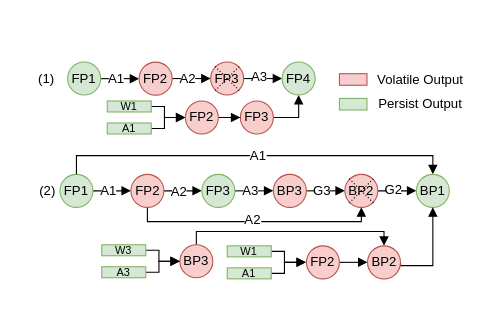
Earlier version of the draw.io diagram fig/recovery.drawio (icszhr/NCheck). Source tidied: cells renumbered, new cells numbered last; positions are measured from the earlier drawing's top-left corner, leaving out a move shared by most shapes. Both pictures are drawn from the tidied source at 110%, with x=0, y=0 at pixel (31, 62).
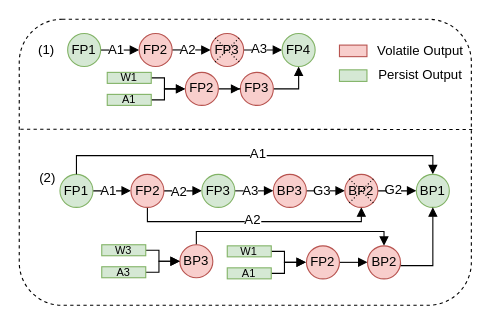
After the change.

Diff of the diagram source:
```diff
@@
+    <mxCell id="64" style="rounded=1;whiteSpace=wrap;html=1;dashed=1;" parent="1" vertex="1">
+      <mxGeometry x="-11" y="-39" width="411" height="260" as="geometry" />
+    </mxCell>
@@
     <mxCell id="3" value="FP3" style="ellipse;whiteSpace=wrap;html=1;fillColor=#f8cecc;strokeColor=#b85450;" parent="1" vertex="1">
-      <mxGeometry x="190" y="35.3" width="30" height="30" as="geometry" />
+      <mxGeometry x="190" y="9.3" width="30" height="30" as="geometry" />
     </mxCell>
     <mxCell id="4" style="edgeStyle=orthogonalEdgeStyle;rounded=0;jettySize=auto;html=1;entryX=0;entryY=0.5;entryDx=0;entryDy=0;endArrow=block;endFill=1;" parent="1" edge="1" source="5">
       <mxGeometry relative="1" as="geometry">
-        <mxPoint x="140" y="50.3" as="targetPoint" />
+        <mxPoint x="140" y="24.3" as="targetPoint" />
         <Array as="points">
-          <mxPoint x="121" y="40.3" />
-          <mxPoint x="121" y="50.3" />
+          <mxPoint x="121" y="14.3" />
+          <mxPoint x="121" y="24.3" />
         </Array>
       </mxGeometry>
     </mxCell>
     <mxCell id="5" value="&lt;p style=&quot;line-height: 100%;&quot;&gt;&lt;font style=&quot;font-size: 10px;&quot;&gt;W1&lt;/font&gt;&lt;/p&gt;" style="rounded=0;whiteSpace=wrap;html=1;align=center;fillColor=#d5e8d4;strokeColor=#82b366;" parent="1" vertex="1">
-      <mxGeometry x="69" y="35.3" width="40" height="10" as="geometry" />
+      <mxGeometry x="69" y="9.3" width="40" height="10" as="geometry" />
     </mxCell>
     <mxCell id="6" style="edgeStyle=orthogonalEdgeStyle;rounded=0;jettySize=auto;html=1;entryX=0;entryY=0.5;entryDx=0;entryDy=0;endArrow=block;endFill=1;" parent="1" edge="1" source="7">
       <mxGeometry relative="1" as="geometry">
-        <mxPoint x="140" y="50.3" as="targetPoint" />
+        <mxPoint x="140" y="24.3" as="targetPoint" />
         <Array as="points">
-          <mxPoint x="121" y="60.3" />
-          <mxPoint x="121" y="50.3" />
+          <mxPoint x="121" y="34.3" />
+          <mxPoint x="121" y="24.3" />
         </Array>
       </mxGeometry>
     </mxCell>
     <mxCell id="7" value="&lt;p style=&quot;line-height: 100%;&quot;&gt;&lt;font style=&quot;font-size: 10px;&quot;&gt;A1&lt;/font&gt;&lt;/p&gt;" style="rounded=0;whiteSpace=wrap;html=1;fillColor=#d5e8d4;strokeColor=#82b366;" parent="1" vertex="1">
-      <mxGeometry x="69" y="55.3" width="40" height="10" as="geometry" />
+      <mxGeometry x="69" y="29.3" width="40" height="10" as="geometry" />
     </mxCell>
@@
     <mxCell id="24" value="(1)" style="text;html=1;align=center;verticalAlign=middle;whiteSpace=wrap;rounded=0;" parent="1" vertex="1">
-      <mxGeometry x="4" width="20" height="30" as="geometry" />
+      <mxGeometry x="4" y="-26" width="20" height="30" as="geometry" />
     </mxCell>
     <mxCell id="25" value="(2)" style="text;html=1;align=center;verticalAlign=middle;whiteSpace=wrap;rounded=0;" parent="1" vertex="1">
-      <mxGeometry y="102" width="30" height="30" as="geometry" />
+      <mxGeometry y="90" width="30" height="30" as="geometry" />
     </mxCell>
@@
     <mxCell id="27" value="FP2" style="ellipse;whiteSpace=wrap;html=1;fillColor=#f8cecc;strokeColor=#b85450;" parent="1" vertex="1">
-      <mxGeometry x="140" y="35.3" width="30" height="30" as="geometry" />
+      <mxGeometry x="140" y="9.3" width="30" height="30" as="geometry" />
     </mxCell>
@@
     <mxCell id="34" value="A1" style="text;html=1;align=center;verticalAlign=middle;whiteSpace=wrap;rounded=0;fillColor=default;" parent="1" vertex="1">
-      <mxGeometry x="199" y="75" width="15" height="20" as="geometry" />
+      <mxGeometry x="199" y="74" width="15" height="20" as="geometry" />
     </mxCell>
@@
     <mxCell id="44" style="rounded=0;whiteSpace=wrap;html=1;fillColor=#f8cecc;strokeColor=#b85450;" parent="1" vertex="1">
-      <mxGeometry x="280.1" y="10.5" width="25" height="10.5" as="geometry" />
+      <mxGeometry x="280.1" y="-15.5" width="25" height="10.5" as="geometry" />
     </mxCell>
     <mxCell id="45" style="rounded=0;whiteSpace=wrap;html=1;fillColor=#d5e8d4;strokeColor=#82b366;" parent="1" vertex="1">
-      <mxGeometry x="280.1" y="33" width="25" height="10.5" as="geometry" />
+      <mxGeometry x="280.1" y="7" width="25" height="10.5" as="geometry" />
     </mxCell>
     <mxCell id="46" value="Volatile Output&amp;nbsp;" style="text;html=1;align=center;verticalAlign=middle;whiteSpace=wrap;rounded=0;" parent="1" vertex="1">
-      <mxGeometry x="312.1" y="8.8" width="87" height="14" as="geometry" />
+      <mxGeometry x="312.1" y="-17.2" width="87" height="14" as="geometry" />
     </mxCell>
     <mxCell id="47" value="Persist Output&amp;nbsp;" style="text;html=1;align=center;verticalAlign=middle;whiteSpace=wrap;rounded=0;" parent="1" vertex="1">
-      <mxGeometry x="312.1" y="31.3" width="87" height="14" as="geometry" />
+      <mxGeometry x="312.1" y="5.3" width="87" height="14" as="geometry" />
     </mxCell>
@@
     <mxCell id="52" style="edgeStyle=orthogonalEdgeStyle;rounded=0;jettySize=auto;html=1;entryX=0;entryY=0.5;entryDx=0;entryDy=0;endArrow=block;endFill=1;" parent="1" edge="1" source="53" target="55">
       <mxGeometry relative="1" as="geometry">
         <Array as="points">
-          <mxPoint x="48" y="15" />
-          <mxPoint x="48" y="15" />
+          <mxPoint x="48" y="-11" />
+          <mxPoint x="48" y="-11" />
         </Array>
       </mxGeometry>
     </mxCell>
     <mxCell id="53" value="FP1" style="ellipse;whiteSpace=wrap;html=1;fillColor=#d5e8d4;strokeColor=#82b366;" parent="1" vertex="1">
-      <mxGeometry x="33" y="-0.1" width="30" height="30" as="geometry" />
+      <mxGeometry x="33" y="-26.1" width="30" height="30" as="geometry" />
     </mxCell>
     <mxCell id="54" style="edgeStyle=orthogonalEdgeStyle;rounded=0;jettySize=auto;html=1;entryX=0;entryY=0.5;entryDx=0;entryDy=0;endArrow=block;endFill=1;" parent="1" edge="1" source="55" target="57">
       <mxGeometry relative="1" as="geometry">
         <Array as="points">
-          <mxPoint x="106" y="15" />
+          <mxPoint x="106" y="-11" />
         </Array>
       </mxGeometry>
     </mxCell>
     <mxCell id="55" value="FP2" style="ellipse;whiteSpace=wrap;html=1;fillColor=#f8cecc;strokeColor=#b85450;" parent="1" vertex="1">
-      <mxGeometry x="98" width="30" height="30" as="geometry" />
+      <mxGeometry x="98" y="-26" width="30" height="30" as="geometry" />
     </mxCell>
@@
     <mxCell id="57" value="FP3" style="ellipse;whiteSpace=wrap;html=1;fillColor=#f8cecc;strokeColor=#b85450;" parent="1" vertex="1">
-      <mxGeometry x="163" y="-0.1" width="30" height="30" as="geometry" />
+      <mxGeometry x="163" y="-26.1" width="30" height="30" as="geometry" />
     </mxCell>
     <mxCell id="58" style="rounded=0;orthogonalLoop=1;jettySize=auto;html=1;exitX=0;exitY=0;exitDx=0;exitDy=0;entryX=0.86;entryY=0.868;entryDx=0;entryDy=0;strokeWidth=1;dashed=1;endArrow=none;endFill=0;dashPattern=1 2;entryPerimeter=0;" parent="1" edge="1">
       <mxGeometry relative="1" as="geometry">
-        <mxPoint x="167" y="3.9" as="sourcePoint" />
-        <mxPoint x="189" y="25.9" as="targetPoint" />
+        <mxPoint x="167" y="-22.1" as="sourcePoint" />
+        <mxPoint x="189" y="-0.1" as="targetPoint" />
       </mxGeometry>
     </mxCell>
     <mxCell id="59" style="rounded=0;orthogonalLoop=1;jettySize=auto;html=1;exitX=0;exitY=1;exitDx=0;exitDy=0;entryX=0.859;entryY=0.132;entryDx=0;entryDy=0;dashed=1;endArrow=none;endFill=0;dashPattern=1 2;entryPerimeter=0;" parent="1" edge="1">
       <mxGeometry relative="1" as="geometry">
-        <mxPoint x="167" y="25.9" as="sourcePoint" />
-        <mxPoint x="189" y="3.9" as="targetPoint" />
+        <mxPoint x="167" y="-0.1" as="sourcePoint" />
+        <mxPoint x="189" y="-22.1" as="targetPoint" />
       </mxGeometry>
     </mxCell>
     <mxCell id="60" value="FP4" style="ellipse;whiteSpace=wrap;html=1;fillColor=#d5e8d4;strokeColor=#82b366;" parent="1" vertex="1">
-      <mxGeometry x="228" y="-0.1" width="30" height="30" as="geometry" />
+      <mxGeometry x="228" y="-26.1" width="30" height="30" as="geometry" />
     </mxCell>
     <mxCell id="61" value="A3" style="text;html=1;align=center;verticalAlign=middle;whiteSpace=wrap;rounded=0;fillColor=default;" parent="1" vertex="1">
-      <mxGeometry x="201" y="3.9" width="13" height="20" as="geometry" />
+      <mxGeometry x="201" y="-22.1" width="13" height="20" as="geometry" />
     </mxCell>
     <mxCell id="62" value="A2" style="text;html=1;align=center;verticalAlign=middle;whiteSpace=wrap;rounded=0;fillColor=default;" parent="1" vertex="1">
-      <mxGeometry x="136" y="4.9" width="13" height="20" as="geometry" />
+      <mxGeometry x="136" y="-21.1" width="13" height="20" as="geometry" />
     </mxCell>
     <mxCell id="63" value="A1" style="text;html=1;align=center;verticalAlign=middle;whiteSpace=wrap;rounded=0;fillColor=default;" parent="1" vertex="1">
-      <mxGeometry x="71" y="5" width="13" height="20" as="geometry" />
+      <mxGeometry x="71" y="-21" width="13" height="20" as="geometry" />
     </mxCell>
+    <mxCell id="65" style="endArrow=none;dashed=1;html=1;rounded=0;entryX=1.002;entryY=0.347;entryDx=0;entryDy=0;entryPerimeter=0;" parent="1" edge="1">
+      <mxGeometry relative="1" as="geometry">
+        <mxPoint x="-10" y="61" as="sourcePoint" />
+        <mxPoint x="400.8" y="61.2" as="targetPoint" />
+      </mxGeometry>
+    </mxCell>
```
